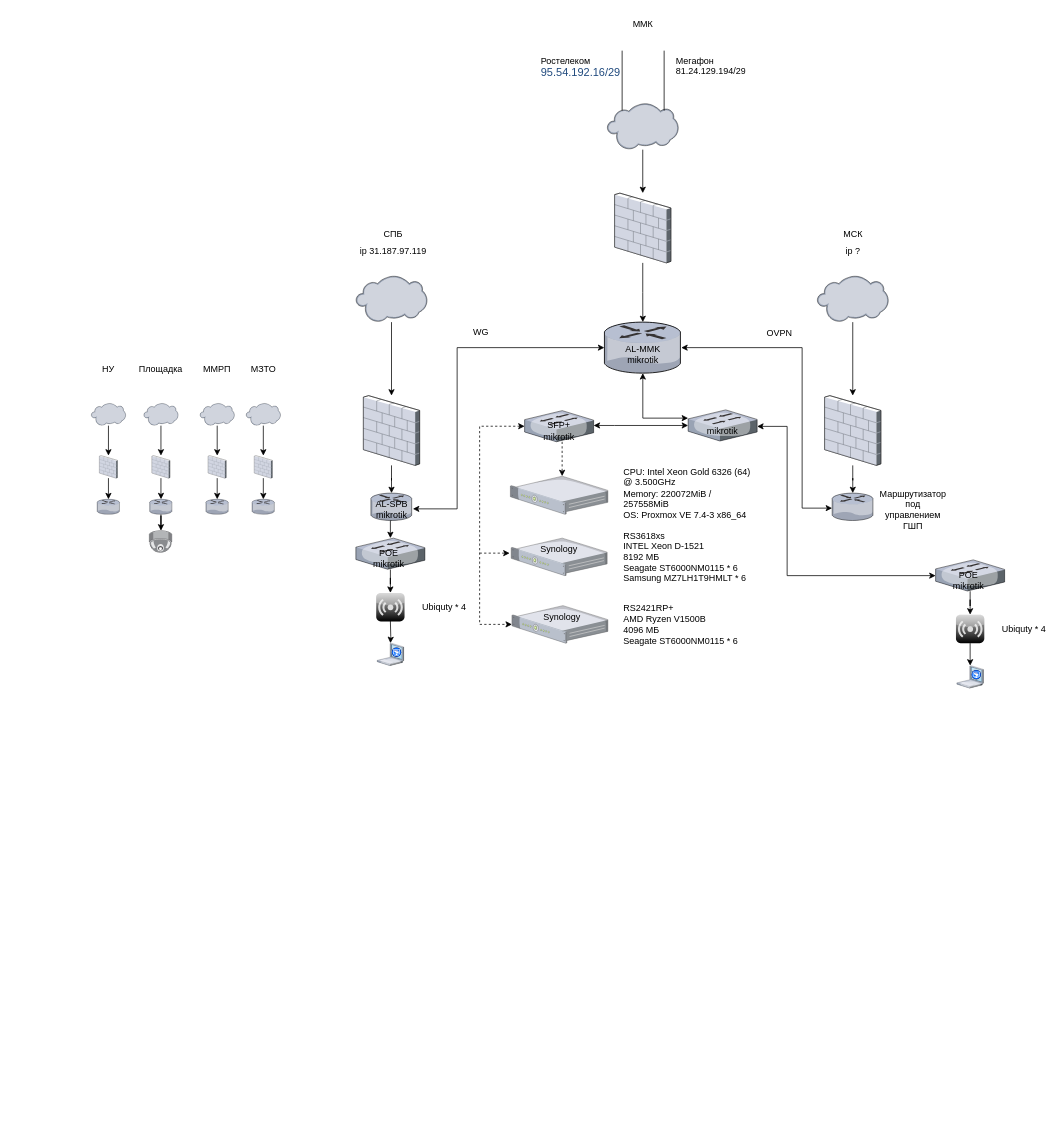
Before: Диаграмма без названия.drawio in cmdrJaponamat/Stolyarovs_taskbook, a draw.io diagram. Source tidied: cells renumbered, new cells numbered last; positions are measured from the earlier drawing's top-left corner, leaving out a move shared by most shapes. Both pictures are drawn from the tidied source at 75%, with x=0, y=0 at pixel (86, 13).
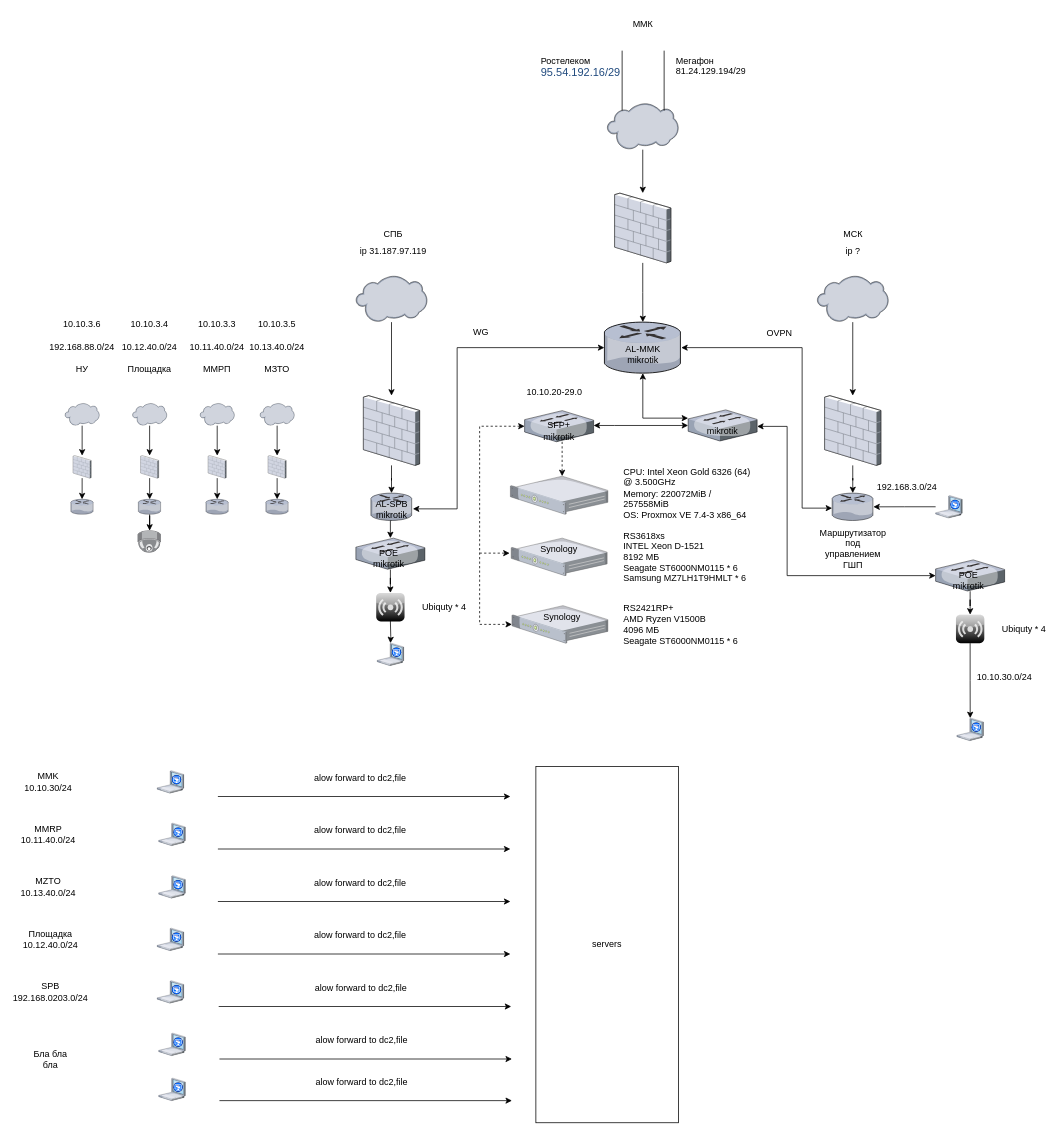
The same page after the edit.

Unchanged cells that the change refers to:
```xml
<mxCell id="8" style="verticalLabelPosition=bottom;html=1;verticalAlign=top;strokeColor=none;shape=mxgraph.citrix.router;fillColor=#66B2FF;gradientColor=#0066CC;fontSize=14;" parent="1" vertex="1">
  <mxGeometry x="995" y="640" width="55" height="36.5" as="geometry" />
</mxCell>
```

Diff of the diagram source:
```diff
@@
     <mxCell id="21" style="verticalLabelPosition=bottom;html=1;verticalAlign=top;strokeColor=none;shape=mxgraph.citrix.router;fillColor=#66B2FF;gradientColor=#0066CC;fontSize=14;" parent="1" vertex="1">
-      <mxGeometry x="221.5" y="648.2" width="30.1" height="20" as="geometry" />
+      <mxGeometry x="239.9" y="648.2" width="30.1" height="20" as="geometry" />
     </mxCell>
@@
     <mxCell id="24" style="verticalLabelPosition=bottom;html=1;verticalAlign=top;strokeColor=none;shape=mxgraph.citrix.router;fillColor=#66B2FF;gradientColor=#0066CC;fontSize=14;" parent="1" vertex="1">
-      <mxGeometry x="85" y="648.2" width="30.1" height="20" as="geometry" />
+      <mxGeometry x="69.9" y="648.2" width="30.1" height="20" as="geometry" />
     </mxCell>
     <mxCell id="25" style="verticalLabelPosition=bottom;html=1;verticalAlign=top;strokeColor=none;shape=mxgraph.citrix.router;fillColor=#66B2FF;gradientColor=#0066CC;fontSize=14;" parent="1" vertex="1">
-      <mxGeometry x="15" y="648.2" width="30.1" height="20" as="geometry" />
+      <mxGeometry x="-20.1" y="648.2" width="30.1" height="20" as="geometry" />
     </mxCell>
@@
     <mxCell id="27" style="verticalLabelPosition=bottom;sketch=0;html=1;verticalAlign=top;strokeColor=none;align=center;outlineConnect=0;shape=mxgraph.citrix.firewall;" parent="1" vertex="1">
-      <mxGeometry x="224.5" y="590" width="24.2" height="30" as="geometry" />
+      <mxGeometry x="242.9" y="590" width="24.2" height="30" as="geometry" />
     </mxCell>
@@
     <mxCell id="31" style="verticalLabelPosition=bottom;sketch=0;html=1;verticalAlign=top;strokeColor=none;align=center;outlineConnect=0;shape=mxgraph.citrix.firewall;" parent="1" vertex="1">
-      <mxGeometry x="88" y="590" width="24.2" height="30" as="geometry" />
+      <mxGeometry x="72.9" y="590" width="24.2" height="30" as="geometry" />
     </mxCell>
@@
     <mxCell id="33" style="verticalLabelPosition=bottom;sketch=0;html=1;verticalAlign=top;strokeColor=none;align=center;outlineConnect=0;shape=mxgraph.citrix.firewall;" parent="1" vertex="1">
-      <mxGeometry x="18" y="590" width="24.2" height="30" as="geometry" />
+      <mxGeometry x="-17.1" y="590" width="24.2" height="30" as="geometry" />
     </mxCell>
@@
     <mxCell id="35" style="verticalLabelPosition=bottom;sketch=0;html=1;verticalAlign=top;strokeColor=none;align=center;outlineConnect=0;shape=mxgraph.citrix.cloud;" parent="1" vertex="1">
-      <mxGeometry x="213.6" y="520" width="46" height="30" as="geometry" />
+      <mxGeometry x="232" y="520" width="46" height="30" as="geometry" />
     </mxCell>
@@
     <mxCell id="39" style="verticalLabelPosition=bottom;sketch=0;html=1;verticalAlign=top;strokeColor=none;align=center;outlineConnect=0;shape=mxgraph.citrix.cloud;" parent="1" vertex="1">
-      <mxGeometry x="77.1" y="520" width="46" height="30" as="geometry" />
+      <mxGeometry x="62" y="520" width="46" height="30" as="geometry" />
     </mxCell>
@@
     <mxCell id="41" style="verticalLabelPosition=bottom;sketch=0;html=1;verticalAlign=top;strokeColor=none;align=center;outlineConnect=0;shape=mxgraph.citrix.cloud;" parent="1" vertex="1">
-      <mxGeometry x="7.1" y="520" width="46" height="30" as="geometry" />
+      <mxGeometry x="-28" y="520" width="46" height="30" as="geometry" />
     </mxCell>
@@
     <mxCell id="51" value="Маршрутизатор под управлением ГШП" style="text;html=1;align=center;verticalAlign=middle;whiteSpace=wrap;rounded=0;" parent="1" vertex="1">
-      <mxGeometry x="1072.5" y="646.5" width="60" height="30" as="geometry" />
+      <mxGeometry x="992.5" y="699" width="60" height="30" as="geometry" />
     </mxCell>
@@
     <mxCell id="67" value="МЗТО" style="text;html=1;align=center;verticalAlign=middle;whiteSpace=wrap;rounded=0;" parent="1" vertex="1">
-      <mxGeometry x="206.6" y="460" width="60" height="30" as="geometry" />
+      <mxGeometry x="225" y="460" width="60" height="30" as="geometry" />
     </mxCell>
@@
     <mxCell id="69" value="НУ" style="text;html=1;align=center;verticalAlign=middle;whiteSpace=wrap;rounded=0;" parent="1" vertex="1">
-      <mxGeometry x="0.1" y="460" width="60" height="30" as="geometry" />
+      <mxGeometry x="-35" y="460" width="60" height="30" as="geometry" />
     </mxCell>
     <mxCell id="70" value="Площадка" style="text;html=1;align=center;verticalAlign=middle;whiteSpace=wrap;rounded=0;" parent="1" vertex="1">
-      <mxGeometry x="70.1" y="460" width="60" height="30" as="geometry" />
+      <mxGeometry x="55" y="460" width="60" height="30" as="geometry" />
     </mxCell>
     <mxCell id="71" style="image;points=[];html=1;align=center;shadow=0;dashed=0;image=img/lib/allied_telesis/security/Surveillance_Camera_Ceiling.svg;" parent="1" vertex="1">
-      <mxGeometry x="84.3" y="690" width="31.5" height="30" as="geometry" />
+      <mxGeometry x="69.2" y="690" width="31.5" height="30" as="geometry" />
     </mxCell>
@@
     <mxCell id="83" style="verticalLabelPosition=bottom;sketch=0;html=1;verticalAlign=top;strokeColor=none;align=center;outlineConnect=0;shape=mxgraph.citrix.xenclient;" parent="1" vertex="1">
-      <mxGeometry x="1161.3" y="870" width="35.5" height="30" as="geometry" />
+      <mxGeometry x="1161.3" y="940" width="35.5" height="30" as="geometry" />
     </mxCell>
@@
+    <mxCell id="92" value="10.10.20-29.0" style="text;html=1;align=center;verticalAlign=middle;whiteSpace=wrap;rounded=0;" parent="1" vertex="1">
+      <mxGeometry x="585" y="490" width="80" height="30" as="geometry" />
+    </mxCell>
+    <mxCell id="93" value="&lt;div&gt;10.10.30.0/24&lt;/div&gt;" style="text;html=1;align=center;verticalAlign=middle;whiteSpace=wrap;rounded=0;rotation=0;" parent="1" vertex="1">
+      <mxGeometry x="1195" y="870" width="60" height="30" as="geometry" />
+    </mxCell>
+    <mxCell id="94" value="10.11.40.0/24" style="text;html=1;align=center;verticalAlign=middle;whiteSpace=wrap;rounded=0;" parent="1" vertex="1">
+      <mxGeometry x="145.1" y="430" width="60" height="30" as="geometry" />
+    </mxCell>
+    <mxCell id="95" value="10.12.40.0/24" style="text;html=1;align=center;verticalAlign=middle;whiteSpace=wrap;rounded=0;" parent="1" vertex="1">
+      <mxGeometry x="55" y="430" width="60" height="30" as="geometry" />
+    </mxCell>
+    <mxCell id="96" value="10.13.40.0/24" style="text;html=1;align=center;verticalAlign=middle;whiteSpace=wrap;rounded=0;" parent="1" vertex="1">
+      <mxGeometry x="225" y="430" width="60" height="30" as="geometry" />
+    </mxCell>
+    <mxCell id="97" value="192.168.88.0/24" style="text;html=1;align=center;verticalAlign=middle;whiteSpace=wrap;rounded=0;" parent="1" vertex="1">
+      <mxGeometry x="-35" y="431" width="60" height="30" as="geometry" />
+    </mxCell>
+    <mxCell id="98" value="&lt;div&gt;10.10.3.5&lt;/div&gt;" style="text;html=1;align=center;verticalAlign=middle;whiteSpace=wrap;rounded=0;" parent="1" vertex="1">
+      <mxGeometry x="225" y="400" width="60" height="30" as="geometry" />
+    </mxCell>
+    <mxCell id="99" value="10.10.3.3" style="text;html=1;align=center;verticalAlign=middle;whiteSpace=wrap;rounded=0;" parent="1" vertex="1">
+      <mxGeometry x="145.1" y="400" width="60" height="30" as="geometry" />
+    </mxCell>
+    <mxCell id="100" value="10.10.3.4" style="text;html=1;align=center;verticalAlign=middle;whiteSpace=wrap;rounded=0;" parent="1" vertex="1">
+      <mxGeometry x="55" y="400" width="60" height="30" as="geometry" />
+    </mxCell>
+    <mxCell id="101" value="10.10.3.6" style="text;html=1;align=center;verticalAlign=middle;whiteSpace=wrap;rounded=0;" parent="1" vertex="1">
+      <mxGeometry x="-35" y="400" width="60" height="30" as="geometry" />
+    </mxCell>
+    <mxCell id="102" style="edgeStyle=orthogonalEdgeStyle;rounded=0;jettySize=auto;html=1;" parent="1" edge="1" source="103" target="8">
+      <mxGeometry relative="1" as="geometry" />
+    </mxCell>
+    <mxCell id="103" style="verticalLabelPosition=bottom;sketch=0;html=1;verticalAlign=top;strokeColor=none;align=center;outlineConnect=0;shape=mxgraph.citrix.xenclient;" parent="1" vertex="1">
+      <mxGeometry x="1133" y="643.2" width="35.5" height="30" as="geometry" />
+    </mxCell>
+    <mxCell id="104" value="192.168.3.0/24" style="text;html=1;align=center;verticalAlign=middle;whiteSpace=wrap;rounded=0;" parent="1" vertex="1">
+      <mxGeometry x="1065" y="616.5" width="60" height="30" as="geometry" />
+    </mxCell>
+    <mxCell id="105" style="verticalLabelPosition=bottom;sketch=0;html=1;verticalAlign=top;strokeColor=none;align=center;shape=mxgraph.citrix.xenclient;" parent="1" vertex="1">
+      <mxGeometry x="95" y="1010" width="35.5" height="30" as="geometry" />
+    </mxCell>
+    <mxCell id="106" style="verticalLabelPosition=bottom;sketch=0;html=1;verticalAlign=top;strokeColor=none;align=center;shape=mxgraph.citrix.xenclient;" parent="1" vertex="1">
+      <mxGeometry x="97.1" y="1080" width="35.5" height="30" as="geometry" />
+    </mxCell>
+    <mxCell id="107" style="verticalLabelPosition=bottom;sketch=0;html=1;verticalAlign=top;strokeColor=none;align=center;shape=mxgraph.citrix.xenclient;" parent="1" vertex="1">
+      <mxGeometry x="97.1" y="1150" width="35.5" height="30" as="geometry" />
+    </mxCell>
+    <mxCell id="108" style="verticalLabelPosition=bottom;sketch=0;html=1;verticalAlign=top;strokeColor=none;align=center;shape=mxgraph.citrix.xenclient;" parent="1" vertex="1">
+      <mxGeometry x="95" y="1220" width="35.5" height="30" as="geometry" />
+    </mxCell>
+    <mxCell id="109" style="verticalLabelPosition=bottom;sketch=0;html=1;verticalAlign=top;strokeColor=none;align=center;shape=mxgraph.citrix.xenclient;" parent="1" vertex="1">
+      <mxGeometry x="95" y="1290" width="35.5" height="30" as="geometry" />
+    </mxCell>
+    <mxCell id="110" value="MMK 10.10.30/24" style="text;html=1;align=center;verticalAlign=middle;whiteSpace=wrap;rounded=0;" parent="1" vertex="1">
+      <mxGeometry x="-80.1" y="1010" width="60" height="30" as="geometry" />
+    </mxCell>
+    <mxCell id="111" value="&lt;div&gt;MMRP&lt;/div&gt;&lt;div&gt;10.11.40.0/24&lt;/div&gt;" style="text;html=1;align=center;verticalAlign=middle;whiteSpace=wrap;rounded=0;" parent="1" vertex="1">
+      <mxGeometry x="-80.1" y="1080" width="60" height="30" as="geometry" />
+    </mxCell>
+    <mxCell id="112" value="&lt;div&gt;MZTO&lt;/div&gt;&lt;div&gt;10.13.40.0/24&lt;br&gt;&lt;/div&gt;" style="text;html=1;align=center;verticalAlign=middle;whiteSpace=wrap;rounded=0;" parent="1" vertex="1">
+      <mxGeometry x="-80.1" y="1150" width="60" height="30" as="geometry" />
+    </mxCell>
+    <mxCell id="113" value="&lt;div&gt;Площадка&lt;br&gt;&lt;/div&gt;&lt;div&gt;10.12.40.0/24&lt;br&gt;&lt;/div&gt;" style="text;html=1;align=center;verticalAlign=middle;whiteSpace=wrap;rounded=0;" parent="1" vertex="1">
+      <mxGeometry x="-77.1" y="1220" width="60" height="30" as="geometry" />
+    </mxCell>
+    <mxCell id="114" value="SPB&lt;br&gt;&lt;div&gt;192.168.0203.0/24&lt;br&gt;&lt;/div&gt;" style="text;html=1;align=center;verticalAlign=middle;whiteSpace=wrap;rounded=0;" parent="1" vertex="1">
+      <mxGeometry x="-77.1" y="1290" width="60" height="30" as="geometry" />
+    </mxCell>
+    <mxCell id="115" style="verticalLabelPosition=bottom;sketch=0;html=1;verticalAlign=top;strokeColor=none;align=center;shape=mxgraph.citrix.xenclient;" parent="1" vertex="1">
+      <mxGeometry x="97.1" y="1360" width="35.5" height="30" as="geometry" />
+    </mxCell>
+    <mxCell id="116" style="verticalLabelPosition=bottom;sketch=0;html=1;verticalAlign=top;strokeColor=none;align=center;shape=mxgraph.citrix.xenclient;" parent="1" vertex="1">
+      <mxGeometry x="97.1" y="1420" width="35.5" height="30" as="geometry" />
+    </mxCell>
+    <mxCell id="117" value="Бла бла бла" style="text;html=1;align=center;verticalAlign=middle;whiteSpace=wrap;rounded=0;" parent="1" vertex="1">
+      <mxGeometry x="-77.1" y="1380" width="60" height="30" as="geometry" />
+    </mxCell>
+    <mxCell id="118" style="endArrow=classic;html=1;rounded=0;" parent="1" edge="1">
+      <mxGeometry relative="1" as="geometry">
+        <mxPoint x="176" y="1044.5" as="sourcePoint" />
+        <mxPoint x="566" y="1044.5" as="targetPoint" />
+      </mxGeometry>
+    </mxCell>
+    <mxCell id="119" value="alow forward to dc2,file" style="text;html=1;align=center;verticalAlign=middle;whiteSpace=wrap;rounded=0;" parent="1" vertex="1">
+      <mxGeometry x="186" y="1004.5" width="360" height="30" as="geometry" />
+    </mxCell>
+    <mxCell id="120" style="endArrow=classic;html=1;rounded=0;" parent="1" edge="1">
+      <mxGeometry relative="1" as="geometry">
+        <mxPoint x="176" y="1114.5" as="sourcePoint" />
+        <mxPoint x="566" y="1114.5" as="targetPoint" />
+      </mxGeometry>
+    </mxCell>
+    <mxCell id="121" value="alow forward to dc2,file" style="text;html=1;align=center;verticalAlign=middle;whiteSpace=wrap;rounded=0;" parent="1" vertex="1">
+      <mxGeometry x="186" y="1074.5" width="360" height="30" as="geometry" />
+    </mxCell>
+    <mxCell id="122" style="endArrow=classic;html=1;rounded=0;" parent="1" edge="1">
+      <mxGeometry relative="1" as="geometry">
+        <mxPoint x="176" y="1184.5" as="sourcePoint" />
+        <mxPoint x="566" y="1184.5" as="targetPoint" />
+      </mxGeometry>
+    </mxCell>
+    <mxCell id="123" value="alow forward to dc2,file" style="text;html=1;align=center;verticalAlign=middle;whiteSpace=wrap;rounded=0;" parent="1" vertex="1">
+      <mxGeometry x="186" y="1144.5" width="360" height="30" as="geometry" />
+    </mxCell>
+    <mxCell id="124" style="endArrow=classic;html=1;rounded=0;" parent="1" edge="1">
+      <mxGeometry relative="1" as="geometry">
+        <mxPoint x="176" y="1254.5" as="sourcePoint" />
+        <mxPoint x="566" y="1254.5" as="targetPoint" />
+      </mxGeometry>
+    </mxCell>
+    <mxCell id="125" value="alow forward to dc2,file" style="text;html=1;align=center;verticalAlign=middle;whiteSpace=wrap;rounded=0;" parent="1" vertex="1">
+      <mxGeometry x="186" y="1214.5" width="360" height="30" as="geometry" />
+    </mxCell>
+    <mxCell id="126" style="endArrow=classic;html=1;rounded=0;" parent="1" edge="1">
+      <mxGeometry relative="1" as="geometry">
+        <mxPoint x="177.1" y="1324.5" as="sourcePoint" />
+        <mxPoint x="567.1" y="1324.5" as="targetPoint" />
+      </mxGeometry>
+    </mxCell>
+    <mxCell id="127" value="alow forward to dc2,file" style="text;html=1;align=center;verticalAlign=middle;whiteSpace=wrap;rounded=0;" parent="1" vertex="1">
+      <mxGeometry x="187.1" y="1284.5" width="360" height="30" as="geometry" />
+    </mxCell>
+    <mxCell id="128" style="endArrow=classic;html=1;rounded=0;" parent="1" edge="1">
+      <mxGeometry relative="1" as="geometry">
+        <mxPoint x="178.1" y="1394.5" as="sourcePoint" />
+        <mxPoint x="568.1" y="1394.5" as="targetPoint" />
+      </mxGeometry>
+    </mxCell>
+    <mxCell id="129" value="alow forward to dc2,file" style="text;html=1;align=center;verticalAlign=middle;whiteSpace=wrap;rounded=0;" parent="1" vertex="1">
+      <mxGeometry x="188.1" y="1354.5" width="360" height="30" as="geometry" />
+    </mxCell>
+    <mxCell id="130" style="endArrow=classic;html=1;rounded=0;" parent="1" edge="1">
+      <mxGeometry relative="1" as="geometry">
+        <mxPoint x="178.1" y="1450" as="sourcePoint" />
+        <mxPoint x="568.1" y="1450" as="targetPoint" />
+      </mxGeometry>
+    </mxCell>
+    <mxCell id="131" value="alow forward to dc2,file" style="text;html=1;align=center;verticalAlign=middle;whiteSpace=wrap;rounded=0;" parent="1" vertex="1">
+      <mxGeometry x="188.1" y="1410" width="360" height="30" as="geometry" />
+    </mxCell>
+    <mxCell id="132" value="servers" style="rounded=0;whiteSpace=wrap;html=1;" parent="1" vertex="1">
+      <mxGeometry x="600" y="1004.5" width="190" height="475" as="geometry" />
+    </mxCell>
```
